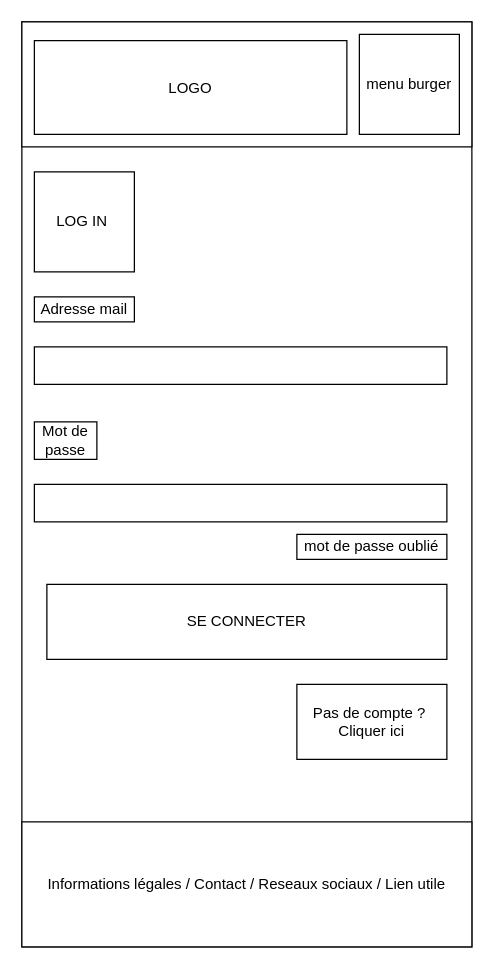
This is page "Connexion" (2 of 9) of docs/wireframe_mobile.drawio from SeguierJonathan/ZombieLand, a draw.io file, before an edit. Source tidied: cells renumbered, new cells numbered last; positions are measured from the earlier drawing's top-left corner, leaving out a move shared by most shapes. Both pictures are drawn from the tidied source at 125%, with x=0, y=0 at pixel (21, 21).
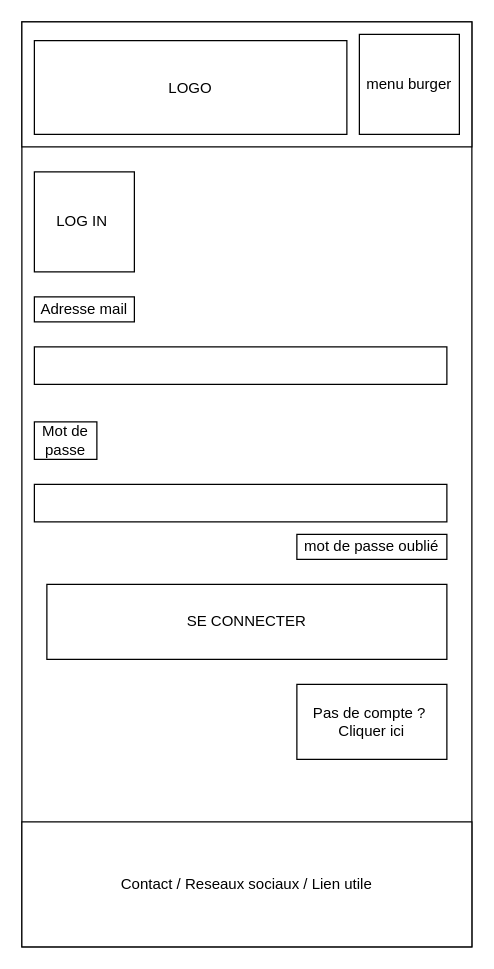
The same page after the edit.

Change to the diagram source:
```diff
@@
 <mxGraphModel>
   <root>
     <mxCell id="0" />
     <mxCell id="1" parent="0" />
     <mxCell id="2" style="rounded=0;whiteSpace=wrap;html=1;" parent="1" vertex="1">
       <mxGeometry width="360" height="740" as="geometry" />
     </mxCell>
-    <mxCell id="3" value="Informations légales / Contact / Reseaux sociaux / Lien utile" style="rounded=0;whiteSpace=wrap;html=1;" parent="1" vertex="1">
+    <mxCell id="3" value="Contact / Reseaux sociaux / Lien utile" style="rounded=0;whiteSpace=wrap;html=1;" parent="1" vertex="1">
       <mxGeometry y="640" width="360" height="100" as="geometry" />
     </mxCell>
     <mxCell id="4" style="rounded=0;whiteSpace=wrap;html=1;" parent="1" vertex="1">
       <mxGeometry width="360" height="100" as="geometry" />
     </mxCell>
     <mxCell id="5" value="LOGO" style="rounded=0;whiteSpace=wrap;html=1;" parent="1" vertex="1">
       <mxGeometry x="10" y="15" width="250" height="75" as="geometry" />
     </mxCell>
     <mxCell id="6" value="menu burger" style="rounded=0;whiteSpace=wrap;html=1;" parent="1" vertex="1">
       <mxGeometry x="270" y="10" width="80" height="80" as="geometry" />
     </mxCell>
     <mxCell id="7" value="LOG IN&amp;nbsp;" style="rounded=0;whiteSpace=wrap;html=1;" parent="1" vertex="1">
       <mxGeometry x="10" y="120" width="80" height="80" as="geometry" />
     </mxCell>
     <mxCell id="8" value="Adresse mail" style="rounded=0;whiteSpace=wrap;html=1;" parent="1" vertex="1">
       <mxGeometry x="10" y="220" width="80" height="20" as="geometry" />
     </mxCell>
     <mxCell id="9" value="Mot de passe" style="rounded=0;whiteSpace=wrap;html=1;" parent="1" vertex="1">
       <mxGeometry x="10" y="320" width="50" height="30" as="geometry" />
     </mxCell>
     <mxCell id="10" style="rounded=0;whiteSpace=wrap;html=1;" parent="1" vertex="1">
       <mxGeometry x="10" y="260" width="330" height="30" as="geometry" />
     </mxCell>
     <mxCell id="11" style="rounded=0;whiteSpace=wrap;html=1;" parent="1" vertex="1">
       <mxGeometry x="10" y="370" width="330" height="30" as="geometry" />
     </mxCell>
     <mxCell id="12" value="mot de passe oublié" style="rounded=0;whiteSpace=wrap;html=1;" parent="1" vertex="1">
       <mxGeometry x="220" y="410" width="120" height="20" as="geometry" />
     </mxCell>
     <mxCell id="13" value="SE CONNECTER" style="rounded=0;whiteSpace=wrap;html=1;" parent="1" vertex="1">
       <mxGeometry x="20" y="450" width="320" height="60" as="geometry" />
     </mxCell>
     <mxCell id="14" value="Pas de compte ?&amp;nbsp;&lt;div&gt;Cliquer ici&lt;/div&gt;" style="rounded=0;whiteSpace=wrap;html=1;" parent="1" vertex="1">
       <mxGeometry x="220" y="530" width="120" height="60" as="geometry" />
     </mxCell>
   </root>
 </mxGraphModel>
```
